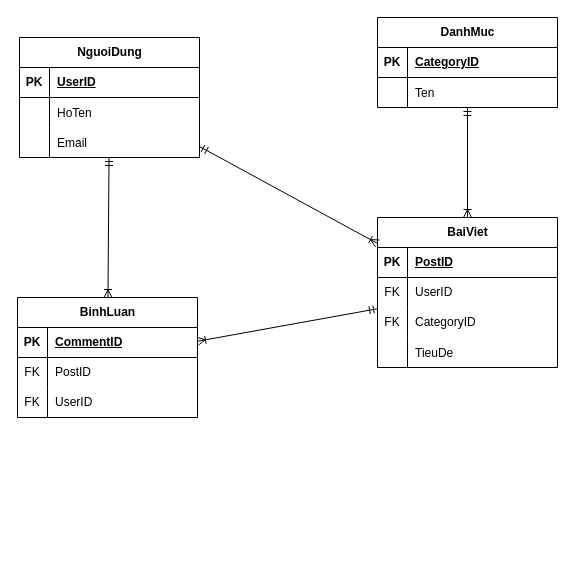
letoan0902/PTIT_CNTT1_IT104_LePhuToan_PhanTichVaThietKeHeThong keeps this draw.io diagram as Session09/Bai07.drawio. Above is the earlier version. Source tidied: cells renumbered, new cells numbered last; positions are measured from the earlier drawing's top-left corner, leaving out a move shared by most shapes. Both pictures are drawn from the tidied source at 100%, with x=0, y=0 at pixel (17, 17).
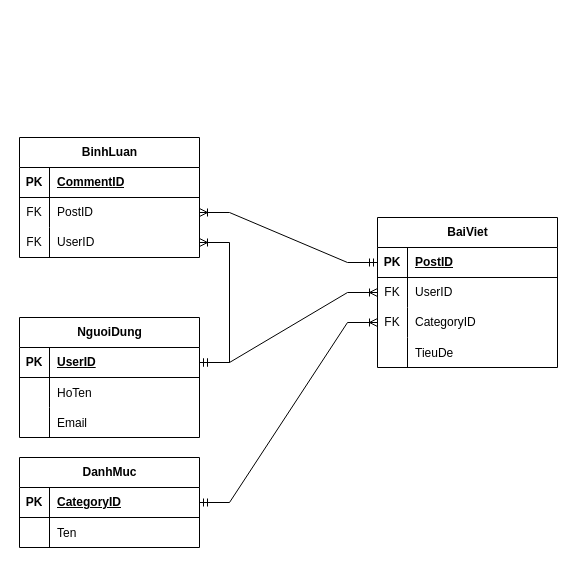
The same diagram, later.

Unchanged cells that the change refers to:
```xml
<mxCell id="3" style="shape=tableRow;horizontal=0;startSize=0;swimlaneHead=0;swimlaneBody=0;fillColor=none;points=[[0,0.5],[1,0.5]];portConstraint=eastwest;top=0;left=0;right=0;bottom=1;" parent="2" vertex="1">
  <mxGeometry y="30" width="180" height="30" as="geometry" />
</mxCell>
<mxCell id="13" style="shape=tableRow;horizontal=0;startSize=0;swimlaneHead=0;swimlaneBody=0;fillColor=none;points=[[0,0.5],[1,0.5]];portConstraint=eastwest;top=0;left=0;right=0;bottom=1;" parent="12" vertex="1">
  <mxGeometry y="30" width="180" height="30" as="geometry" />
</mxCell>
<mxCell id="19" value="BaiViet" style="shape=table;startSize=30;childLayout=tableLayout;rowLines=0;fontStyle=1;align=center;html=1;" parent="1" vertex="1">
  <mxGeometry x="360" y="200" width="180" height="150" as="geometry" />
</mxCell>
<mxCell id="20" style="shape=tableRow;horizontal=0;startSize=0;swimlaneHead=0;swimlaneBody=0;fillColor=none;points=[[0,0.5],[1,0.5]];portConstraint=eastwest;top=0;left=0;right=0;bottom=1;" parent="19" vertex="1">
  <mxGeometry y="30" width="180" height="30" as="geometry" />
</mxCell>
<mxCell id="23" style="shape=tableRow;horizontal=0;startSize=0;swimlaneHead=0;swimlaneBody=0;fillColor=none;points=[[0,0.5],[1,0.5]];portConstraint=eastwest;top=0;left=0;right=0;bottom=0;" parent="19" vertex="1">
  <mxGeometry y="60" width="180" height="30" as="geometry" />
</mxCell>
<mxCell id="26" style="shape=tableRow;horizontal=0;startSize=0;swimlaneHead=0;swimlaneBody=0;fillColor=none;points=[[0,0.5],[1,0.5]];portConstraint=eastwest;top=0;left=0;right=0;bottom=0;" parent="19" vertex="1">
  <mxGeometry y="90" width="180" height="30" as="geometry" />
</mxCell>
<mxCell id="36" style="shape=tableRow;horizontal=0;startSize=0;swimlaneHead=0;swimlaneBody=0;fillColor=none;points=[[0,0.5],[1,0.5]];portConstraint=eastwest;top=0;left=0;right=0;bottom=0;" parent="32" vertex="1">
  <mxGeometry y="60" width="180" height="30" as="geometry" />
</mxCell>
<mxCell id="39" style="shape=tableRow;horizontal=0;startSize=0;swimlaneHead=0;swimlaneBody=0;fillColor=none;points=[[0,0.5],[1,0.5]];portConstraint=eastwest;top=0;left=0;right=0;bottom=0;" parent="32" vertex="1">
  <mxGeometry y="90" width="180" height="30" as="geometry" />
</mxCell>
```

Change to the diagram source:
```diff
@@
     <mxCell id="2" value="NguoiDung" style="shape=table;startSize=30;childLayout=tableLayout;rowLines=0;fontStyle=1;align=center;html=1;" parent="1" vertex="1">
-      <mxGeometry x="2" y="20" width="180" height="120" as="geometry" />
+      <mxGeometry x="2" y="300" width="180" height="120" as="geometry" />
     </mxCell>
@@
     <mxCell id="12" value="DanhMuc" style="shape=table;startSize=30;childLayout=tableLayout;rowLines=0;fontStyle=1;align=center;html=1;" parent="1" vertex="1">
-      <mxGeometry x="360" width="180" height="90" as="geometry" />
+      <mxGeometry x="2" y="440" width="180" height="90" as="geometry" />
     </mxCell>
@@
     <mxCell id="32" value="BinhLuan" style="shape=table;startSize=30;childLayout=tableLayout;rowLines=0;fontStyle=1;align=center;html=1;" parent="1" vertex="1">
-      <mxGeometry y="280" width="180" height="120" as="geometry" />
+      <mxGeometry x="2" y="120" width="180" height="120" as="geometry" />
     </mxCell>
@@
-    <mxCell id="42" style="fontSize=12;html=1;endArrow=ERoneToMany;startArrow=ERmandOne;rounded=0;" parent="1" edge="1" source="2" target="19">
-      <mxGeometry relative="1" as="geometry" />
-    </mxCell>
-    <mxCell id="43" style="fontSize=12;html=1;endArrow=ERoneToMany;startArrow=ERmandOne;rounded=0;" parent="1" edge="1" source="12" target="19">
-      <mxGeometry relative="1" as="geometry" />
-    </mxCell>
-    <mxCell id="44" style="fontSize=12;html=1;endArrow=ERoneToMany;startArrow=ERmandOne;rounded=0;" parent="1" edge="1" source="19" target="32">
-      <mxGeometry relative="1" as="geometry" />
-    </mxCell>
-    <mxCell id="45" style="fontSize=12;html=1;endArrow=ERoneToMany;startArrow=ERmandOne;rounded=0;" parent="1" edge="1" source="2" target="32">
-      <mxGeometry relative="1" as="geometry" />
-    </mxCell>
+    <mxCell id="46" style="edgeStyle=entityRelationEdgeStyle;fontSize=12;html=1;endArrow=ERoneToMany;startArrow=ERmandOne;rounded=0;" parent="1" edge="1" source="20" target="36">
+      <mxGeometry relative="1" as="geometry" />
+    </mxCell>
+    <mxCell id="47" style="edgeStyle=entityRelationEdgeStyle;fontSize=12;html=1;endArrow=ERoneToMany;startArrow=ERmandOne;rounded=0;exitX=1;exitY=0.5;exitDx=0;exitDy=0;" parent="1" edge="1" source="13" target="26">
+      <mxGeometry relative="1" as="geometry" />
+    </mxCell>
+    <mxCell id="48" style="edgeStyle=entityRelationEdgeStyle;fontSize=12;html=1;endArrow=ERoneToMany;startArrow=ERmandOne;rounded=0;" parent="1" edge="1" source="3" target="39">
+      <mxGeometry relative="1" as="geometry" />
+    </mxCell>
+    <mxCell id="49" style="edgeStyle=entityRelationEdgeStyle;fontSize=12;html=1;endArrow=ERoneToMany;startArrow=ERmandOne;rounded=0;" parent="1" edge="1" source="3" target="23">
+      <mxGeometry relative="1" as="geometry" />
+    </mxCell>
```
